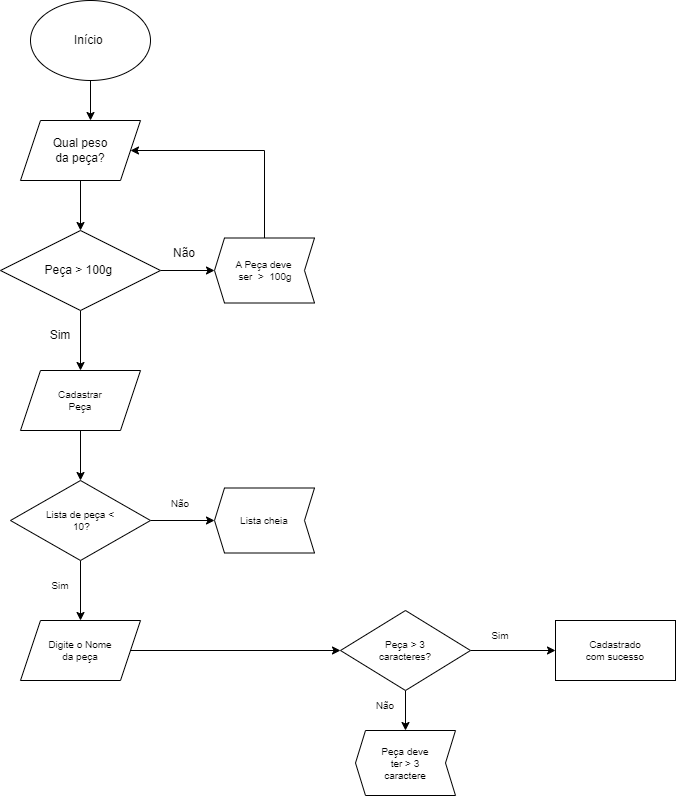
Earlier version of the draw.io export Fluxograma Estoque de peças.png (Vfjferreira/estoque-pecas). Source tidied: cells renumbered, new cells last; positions are measured from the earlier drawing's top-left corner, leaving out a move shared by most shapes. Source of this version:
```xml
<mxGraphModel>
  <root>
    <mxCell id="0" />
    <mxCell id="1" parent="0" />
    <mxCell id="2" style="edgeStyle=orthogonalEdgeStyle;rounded=0;jettySize=auto;html=1;exitX=0.5;exitY=1;exitDx=0;exitDy=0;" parent="1" edge="1" source="3">
      <mxGeometry relative="1" as="geometry">
        <mxPoint x="90" y="120" as="targetPoint" />
      </mxGeometry>
    </mxCell>
    <mxCell id="3" style="ellipse;whiteSpace=wrap;html=1;" parent="1" vertex="1">
      <mxGeometry x="30" width="120" height="80" as="geometry" />
    </mxCell>
    <mxCell id="4" value="Início&amp;nbsp;" style="text;html=1;strokeColor=none;fillColor=none;align=center;verticalAlign=middle;whiteSpace=wrap;rounded=0;" parent="1" vertex="1">
      <mxGeometry x="60" y="25" width="60" height="30" as="geometry" />
    </mxCell>
    <mxCell id="5" style="edgeStyle=orthogonalEdgeStyle;rounded=0;jettySize=auto;html=1;exitX=0.5;exitY=1;exitDx=0;exitDy=0;entryX=0.5;entryY=0;entryDx=0;entryDy=0;" parent="1" edge="1" source="6" target="10">
      <mxGeometry relative="1" as="geometry" />
    </mxCell>
    <mxCell id="6" style="shape=parallelogram;perimeter=parallelogramPerimeter;whiteSpace=wrap;html=1;fixedSize=1;" parent="1" vertex="1">
      <mxGeometry x="20" y="120" width="120" height="60" as="geometry" />
    </mxCell>
    <mxCell id="7" value="Qual peso da peça?" style="text;html=1;strokeColor=none;fillColor=none;align=center;verticalAlign=middle;whiteSpace=wrap;rounded=0;" parent="1" vertex="1">
      <mxGeometry x="50" y="135" width="60" height="30" as="geometry" />
    </mxCell>
    <mxCell id="8" style="edgeStyle=orthogonalEdgeStyle;rounded=0;jettySize=auto;html=1;exitX=0.5;exitY=1;exitDx=0;exitDy=0;" parent="1" edge="1" source="10" target="13">
      <mxGeometry relative="1" as="geometry" />
    </mxCell>
    <mxCell id="9" style="edgeStyle=orthogonalEdgeStyle;rounded=0;jettySize=auto;html=1;entryX=1;entryY=0.5;entryDx=0;entryDy=0;fontSize=10;" parent="1" edge="1" source="10" target="21">
      <mxGeometry relative="1" as="geometry" />
    </mxCell>
    <mxCell id="10" style="rhombus;whiteSpace=wrap;html=1;" parent="1" vertex="1">
      <mxGeometry y="230" width="160" height="80" as="geometry" />
    </mxCell>
    <mxCell id="11" value="Peça &amp;gt; 100g&amp;nbsp;" style="text;html=1;strokeColor=none;fillColor=none;align=center;verticalAlign=middle;whiteSpace=wrap;rounded=0;" parent="1" vertex="1">
      <mxGeometry x="40" y="255" width="80" height="30" as="geometry" />
    </mxCell>
    <mxCell id="12" style="edgeStyle=orthogonalEdgeStyle;rounded=0;jettySize=auto;html=1;fontSize=10;" parent="1" edge="1" source="13" target="19">
      <mxGeometry relative="1" as="geometry" />
    </mxCell>
    <mxCell id="13" style="shape=parallelogram;perimeter=parallelogramPerimeter;whiteSpace=wrap;html=1;fixedSize=1;" parent="1" vertex="1">
      <mxGeometry x="20" y="370" width="120" height="60" as="geometry" />
    </mxCell>
    <mxCell id="14" value="Sim" style="text;html=1;strokeColor=none;fillColor=none;align=center;verticalAlign=middle;whiteSpace=wrap;rounded=0;" parent="1" vertex="1">
      <mxGeometry x="30" y="320" width="60" height="30" as="geometry" />
    </mxCell>
    <mxCell id="15" value="Não" style="text;html=1;strokeColor=none;fillColor=none;align=center;verticalAlign=middle;whiteSpace=wrap;rounded=0;" parent="1" vertex="1">
      <mxGeometry x="154" y="237.5" width="60" height="30" as="geometry" />
    </mxCell>
    <mxCell id="16" value="Cadastrar Peça" style="text;html=1;strokeColor=none;fillColor=none;align=center;verticalAlign=middle;whiteSpace=wrap;rounded=0;fontSize=10;" parent="1" vertex="1">
      <mxGeometry x="50" y="385" width="60" height="30" as="geometry" />
    </mxCell>
    <mxCell id="17" style="edgeStyle=orthogonalEdgeStyle;rounded=0;jettySize=auto;html=1;entryX=1;entryY=0.5;entryDx=0;entryDy=0;fontSize=10;" parent="1" edge="1" source="19" target="24">
      <mxGeometry relative="1" as="geometry" />
    </mxCell>
    <mxCell id="18" style="edgeStyle=orthogonalEdgeStyle;rounded=0;jettySize=auto;html=1;entryX=0.5;entryY=0;entryDx=0;entryDy=0;fontSize=10;" parent="1" edge="1" source="19" target="31">
      <mxGeometry relative="1" as="geometry" />
    </mxCell>
    <mxCell id="19" style="rhombus;whiteSpace=wrap;html=1;" parent="1" vertex="1">
      <mxGeometry x="10" y="480" width="140" height="80" as="geometry" />
    </mxCell>
    <mxCell id="20" value="Lista de peça &amp;lt;&lt;br&gt;&amp;nbsp;10?" style="text;html=1;strokeColor=none;fillColor=none;align=center;verticalAlign=middle;whiteSpace=wrap;rounded=0;fontSize=10;" parent="1" vertex="1">
      <mxGeometry x="40" y="505" width="80" height="30" as="geometry" />
    </mxCell>
    <mxCell id="21" style="shape=step;perimeter=stepPerimeter;whiteSpace=wrap;html=1;fixedSize=1;fontSize=10;size=10;rotation=-180;" parent="1" vertex="1">
      <mxGeometry x="214" y="237.5" width="100" height="65" as="geometry" />
    </mxCell>
    <mxCell id="22" value="A Peça deve&amp;nbsp; ser&amp;nbsp; &amp;gt;&amp;nbsp; 100g" style="text;html=1;strokeColor=none;fillColor=none;align=center;verticalAlign=middle;whiteSpace=wrap;rounded=0;fontSize=10;" parent="1" vertex="1">
      <mxGeometry x="230" y="255" width="70" height="30" as="geometry" />
    </mxCell>
    <mxCell id="23" style="endArrow=classic;html=1;rounded=0;fontSize=10;entryX=1;entryY=0.5;entryDx=0;entryDy=0;exitX=0.5;exitY=1;exitDx=0;exitDy=0;" parent="1" edge="1" source="21" target="6">
      <mxGeometry relative="1" as="geometry">
        <Array as="points">
          <mxPoint x="264" y="150" />
        </Array>
      </mxGeometry>
    </mxCell>
    <mxCell id="24" style="shape=step;perimeter=stepPerimeter;whiteSpace=wrap;html=1;fixedSize=1;fontSize=10;size=10;rotation=-180;" parent="1" vertex="1">
      <mxGeometry x="214" y="487.5" width="100" height="65" as="geometry" />
    </mxCell>
    <mxCell id="25" value="Lista cheia" style="text;html=1;strokeColor=none;fillColor=none;align=center;verticalAlign=middle;whiteSpace=wrap;rounded=0;fontSize=10;" parent="1" vertex="1">
      <mxGeometry x="234" y="505" width="60" height="30" as="geometry" />
    </mxCell>
    <mxCell id="26" style="whiteSpace=wrap;html=1;" parent="1" vertex="1">
      <mxGeometry x="555" y="620" width="120" height="60" as="geometry" />
    </mxCell>
    <mxCell id="27" value="Cadastrado com sucesso" style="text;html=1;strokeColor=none;fillColor=none;align=center;verticalAlign=middle;whiteSpace=wrap;rounded=0;fontSize=10;" parent="1" vertex="1">
      <mxGeometry x="580" y="630" width="70" height="40" as="geometry" />
    </mxCell>
    <mxCell id="28" value="Sim" style="text;html=1;strokeColor=none;fillColor=none;align=center;verticalAlign=middle;whiteSpace=wrap;rounded=0;fontSize=10;" parent="1" vertex="1">
      <mxGeometry x="470" y="620" width="60" height="30" as="geometry" />
    </mxCell>
    <mxCell id="29" value="Não" style="text;html=1;strokeColor=none;fillColor=none;align=center;verticalAlign=middle;whiteSpace=wrap;rounded=0;fontSize=10;" parent="1" vertex="1">
      <mxGeometry x="150" y="487.5" width="60" height="30" as="geometry" />
    </mxCell>
    <mxCell id="30" style="edgeStyle=orthogonalEdgeStyle;rounded=0;jettySize=auto;html=1;fontSize=10;" parent="1" edge="1" source="31" target="35">
      <mxGeometry relative="1" as="geometry" />
    </mxCell>
    <mxCell id="31" style="shape=parallelogram;perimeter=parallelogramPerimeter;whiteSpace=wrap;html=1;fixedSize=1;fontSize=10;" parent="1" vertex="1">
      <mxGeometry x="20" y="620" width="120" height="60" as="geometry" />
    </mxCell>
    <mxCell id="32" value="Digite o Nome da peça" style="text;html=1;strokeColor=none;fillColor=none;align=center;verticalAlign=middle;whiteSpace=wrap;rounded=0;fontSize=10;" parent="1" vertex="1">
      <mxGeometry x="45" y="635" width="70" height="30" as="geometry" />
    </mxCell>
    <mxCell id="33" style="edgeStyle=orthogonalEdgeStyle;rounded=0;jettySize=auto;html=1;entryX=0;entryY=0.5;entryDx=0;entryDy=0;fontSize=10;" parent="1" edge="1" source="35" target="26">
      <mxGeometry relative="1" as="geometry" />
    </mxCell>
    <mxCell id="34" style="edgeStyle=orthogonalEdgeStyle;rounded=0;jettySize=auto;html=1;entryX=0.5;entryY=1;entryDx=0;entryDy=0;fontSize=10;" parent="1" edge="1" source="35" target="37">
      <mxGeometry relative="1" as="geometry" />
    </mxCell>
    <mxCell id="35" style="rhombus;whiteSpace=wrap;html=1;fontSize=10;" parent="1" vertex="1">
      <mxGeometry x="340" y="610" width="130" height="80" as="geometry" />
    </mxCell>
    <mxCell id="36" value="Peça &amp;gt; 3 caracteres?" style="text;html=1;strokeColor=none;fillColor=none;align=center;verticalAlign=middle;whiteSpace=wrap;rounded=0;fontSize=10;" parent="1" vertex="1">
      <mxGeometry x="375" y="635" width="60" height="30" as="geometry" />
    </mxCell>
    <mxCell id="37" style="shape=step;perimeter=stepPerimeter;whiteSpace=wrap;html=1;fixedSize=1;fontSize=10;size=10;rotation=-180;" parent="1" vertex="1">
      <mxGeometry x="355" y="730" width="100" height="65" as="geometry" />
    </mxCell>
    <mxCell id="38" value="Peça deve ter &amp;gt; 3 caractere" style="text;html=1;strokeColor=none;fillColor=none;align=center;verticalAlign=middle;whiteSpace=wrap;rounded=0;fontSize=10;" parent="1" vertex="1">
      <mxGeometry x="375" y="747.5" width="60" height="30" as="geometry" />
    </mxCell>
    <mxCell id="39" value="Não" style="text;html=1;strokeColor=none;fillColor=none;align=center;verticalAlign=middle;whiteSpace=wrap;rounded=0;fontSize=10;" parent="1" vertex="1">
      <mxGeometry x="355" y="690" width="60" height="30" as="geometry" />
    </mxCell>
    <mxCell id="40" value="Sim" style="text;html=1;strokeColor=none;fillColor=none;align=center;verticalAlign=middle;whiteSpace=wrap;rounded=0;fontSize=10;" parent="1" vertex="1">
      <mxGeometry x="30" y="570" width="60" height="30" as="geometry" />
    </mxCell>
  </root>
</mxGraphModel>
```
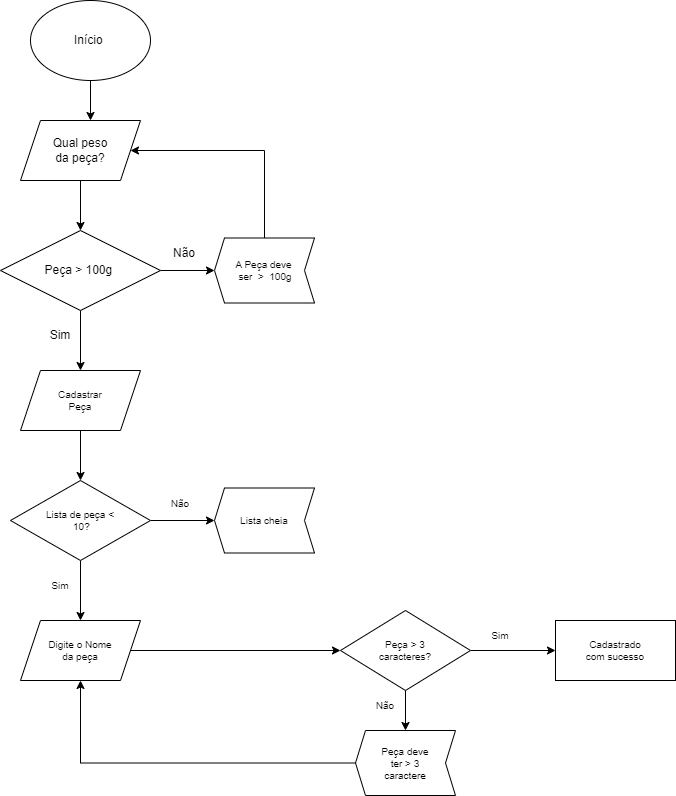
Above is the later version.

The edit, as a diff of the source:
```diff
@@ -113,6 +113,9 @@
     <mxCell id="36" value="Peça &amp;gt; 3 caracteres?" style="text;html=1;strokeColor=none;fillColor=none;align=center;verticalAlign=middle;whiteSpace=wrap;rounded=0;fontSize=10;" parent="1" vertex="1">
       <mxGeometry x="375" y="635" width="60" height="30" as="geometry" />
     </mxCell>
+    <mxCell id="41" style="edgeStyle=orthogonalEdgeStyle;rounded=0;jettySize=auto;html=1;entryX=0.5;entryY=1;entryDx=0;entryDy=0;fontSize=10;" parent="1" edge="1" source="37" target="31">
+      <mxGeometry relative="1" as="geometry" />
+    </mxCell>
     <mxCell id="37" style="shape=step;perimeter=stepPerimeter;whiteSpace=wrap;html=1;fixedSize=1;fontSize=10;size=10;rotation=-180;" parent="1" vertex="1">
       <mxGeometry x="355" y="730" width="100" height="65" as="geometry" />
     </mxCell>
```
